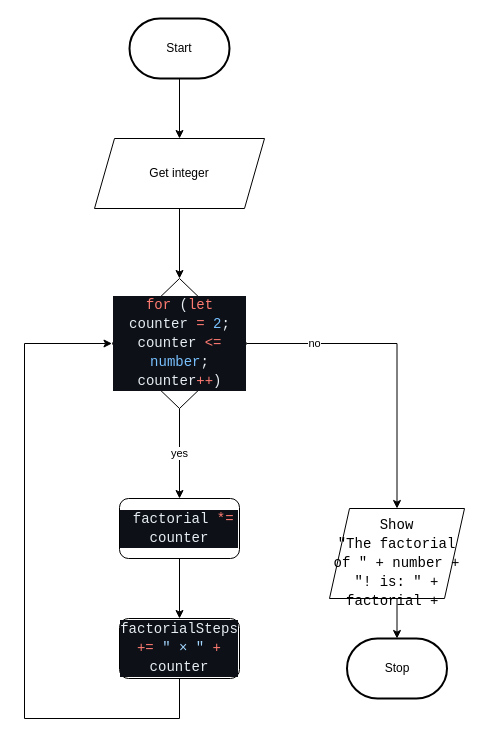
Before: design/flowchart.drawio in MTHS-ICS2O-2-2022/ICS2O-Assignment-05-janet-do, a draw.io diagram. Source tidied: cells renumbered, new cells numbered last; positions are measured from the earlier drawing's top-left corner, leaving out a move shared by most shapes. Both pictures are drawn from the tidied source at 100%, with x=0, y=0 at pixel (24, 18).
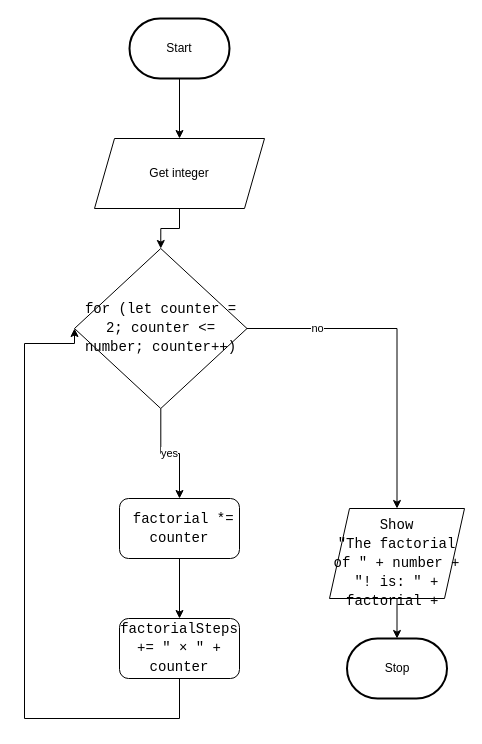
The same page after the edit.

Change to the diagram source:
```diff
@@
 <mxGraphModel>
   <root>
     <mxCell id="0" />
     <mxCell id="1" parent="0" />
     <mxCell id="2" style="edgeStyle=orthogonalEdgeStyle;html=1;rounded=0;" parent="1" edge="1" source="3" target="6">
       <mxGeometry relative="1" as="geometry" />
     </mxCell>
     <mxCell id="3" value="Start" style="strokeWidth=2;html=1;shape=mxgraph.flowchart.terminator;whiteSpace=wrap;" parent="1" vertex="1">
       <mxGeometry x="105" width="100" height="60" as="geometry" />
     </mxCell>
     <mxCell id="4" value="Stop" style="strokeWidth=2;html=1;shape=mxgraph.flowchart.terminator;whiteSpace=wrap;" parent="1" vertex="1">
       <mxGeometry x="322.5" y="620" width="100" height="60" as="geometry" />
     </mxCell>
     <mxCell id="5" style="edgeStyle=orthogonalEdgeStyle;html=1;entryX=0.5;entryY=0;entryDx=0;entryDy=0;fontColor=#000000;rounded=0;" parent="1" edge="1" source="6" target="10">
       <mxGeometry relative="1" as="geometry" />
     </mxCell>
     <mxCell id="6" value="Get integer" style="shape=parallelogram;perimeter=parallelogramPerimeter;whiteSpace=wrap;html=1;fixedSize=1;" parent="1" vertex="1">
       <mxGeometry x="70" y="120" width="170" height="70" as="geometry" />
     </mxCell>
     <mxCell id="7" value="yes" style="edgeStyle=orthogonalEdgeStyle;rounded=0;html=1;entryX=0.5;entryY=0;entryDx=0;entryDy=0;fontColor=#000000;" parent="1" edge="1" source="10" target="14">
       <mxGeometry relative="1" as="geometry" />
     </mxCell>
     <mxCell id="8" style="edgeStyle=orthogonalEdgeStyle;rounded=0;html=1;entryX=0.5;entryY=0;entryDx=0;entryDy=0;fontColor=#000000;" parent="1" edge="1" source="10" target="12">
       <mxGeometry relative="1" as="geometry" />
     </mxCell>
     <mxCell id="9" value="no" style="edgeLabel;html=1;align=center;verticalAlign=middle;fontColor=#000000;" parent="8" vertex="1">
       <mxGeometry x="-0.58" y="1" relative="1" as="geometry">
         <mxPoint x="1" as="offset" />
       </mxGeometry>
     </mxCell>
-    <mxCell id="10" value="&lt;div style=&quot;font-family: Consolas, &amp;quot;Courier New&amp;quot;, monospace; font-size: 14px; line-height: 19px;&quot;&gt;&lt;div style=&quot;color: rgb(230, 237, 243); background-color: rgb(13, 17, 23); line-height: 19px;&quot;&gt;&lt;span style=&quot;color: #ff7b72;&quot;&gt;for&lt;/span&gt; (&lt;span style=&quot;color: #ff7b72;&quot;&gt;let&lt;/span&gt; counter &lt;span style=&quot;color: #ff7b72;&quot;&gt;=&lt;/span&gt; &lt;span style=&quot;color: #79c0ff;&quot;&gt;2&lt;/span&gt;; counter &lt;span style=&quot;color: #ff7b72;&quot;&gt;&amp;lt;=&lt;/span&gt; &lt;span style=&quot;color: #79c0ff;&quot;&gt;number&lt;/span&gt;; counter&lt;span style=&quot;color: #ff7b72;&quot;&gt;++&lt;/span&gt;)&lt;/div&gt;&lt;/div&gt;" style="rhombus;whiteSpace=wrap;html=1;" parent="1" vertex="1">
-      <mxGeometry x="87.5" y="260" width="135" height="130" as="geometry" />
+    <mxCell id="10" value="&lt;div style=&quot;font-family: Consolas, &amp;quot;Courier New&amp;quot;, monospace; font-size: 14px; line-height: 19px;&quot;&gt;&lt;div style=&quot;line-height: 19px;&quot;&gt;&lt;font color=&quot;#000000&quot;&gt;for (let counter = 2; counter &amp;lt;= number; counter++)&lt;/font&gt;&lt;/div&gt;&lt;/div&gt;" style="rhombus;whiteSpace=wrap;html=1;" parent="1" vertex="1">
+      <mxGeometry x="50" y="230" width="172.5" height="160" as="geometry" />
     </mxCell>
     <mxCell id="11" style="edgeStyle=orthogonalEdgeStyle;rounded=0;html=1;entryX=0.5;entryY=0;entryDx=0;entryDy=0;entryPerimeter=0;fontColor=#000000;" parent="1" edge="1" source="12" target="4">
       <mxGeometry relative="1" as="geometry" />
     </mxCell>
     <mxCell id="12" value="&lt;div style=&quot;font-family: Consolas, &amp;quot;Courier New&amp;quot;, monospace; font-size: 14px; line-height: 19px;&quot;&gt;&lt;div style=&quot;line-height: 19px;&quot;&gt;&lt;br&gt;&lt;/div&gt;&lt;div style=&quot;line-height: 19px;&quot;&gt;Show&lt;/div&gt;&lt;div style=&quot;line-height: 19px;&quot;&gt;&quot;The factorial of &quot; + number + &quot;! is: &quot; + factorial +&amp;nbsp;&lt;/div&gt;&lt;/div&gt;" style="shape=parallelogram;perimeter=parallelogramPerimeter;whiteSpace=wrap;html=1;fixedSize=1;labelBackgroundColor=none;fontColor=#000000;" parent="1" vertex="1">
       <mxGeometry x="305" y="490" width="135" height="90" as="geometry" />
     </mxCell>
     <mxCell id="13" style="edgeStyle=orthogonalEdgeStyle;rounded=0;html=1;entryX=0.5;entryY=0;entryDx=0;entryDy=0;fontColor=#000000;" parent="1" edge="1" source="14" target="16">
       <mxGeometry relative="1" as="geometry" />
     </mxCell>
-    <mxCell id="14" value="&lt;div style=&quot;font-family: Consolas, &amp;quot;Courier New&amp;quot;, monospace; font-size: 14px;&quot;&gt;&lt;div style=&quot;color: rgb(230, 237, 243); background-color: rgb(13, 17, 23); line-height: 19px;&quot;&gt;&amp;nbsp;factorial &lt;span style=&quot;color: #ff7b72;&quot;&gt;*=&lt;/span&gt; counter&lt;/div&gt;&lt;/div&gt;" style="rounded=1;whiteSpace=wrap;html=1;labelBackgroundColor=none;fontColor=#000000;" parent="1" vertex="1">
+    <mxCell id="14" value="&lt;div style=&quot;font-family: Consolas, &amp;quot;Courier New&amp;quot;, monospace; font-size: 14px;&quot;&gt;&lt;div style=&quot;line-height: 19px;&quot;&gt;&amp;nbsp;factorial *= counter&lt;/div&gt;&lt;/div&gt;" style="rounded=1;whiteSpace=wrap;html=1;labelBackgroundColor=none;fontColor=#000000;" parent="1" vertex="1">
       <mxGeometry x="95" y="480" width="120" height="60" as="geometry" />
     </mxCell>
     <mxCell id="15" style="edgeStyle=orthogonalEdgeStyle;rounded=0;html=1;entryX=0;entryY=0.5;entryDx=0;entryDy=0;fontColor=#000000;" parent="1" edge="1" source="16" target="10">
       <mxGeometry relative="1" as="geometry">
         <Array as="points">
           <mxPoint x="155" y="700" />
           <mxPoint y="700" />
           <mxPoint y="325" />
         </Array>
       </mxGeometry>
     </mxCell>
-    <mxCell id="16" value="&lt;div style=&quot;color: rgb(230, 237, 243); background-color: rgb(13, 17, 23); font-family: Consolas, &amp;quot;Courier New&amp;quot;, monospace; font-size: 14px; line-height: 19px;&quot;&gt;factorialSteps &lt;span style=&quot;color: #ff7b72;&quot;&gt;+=&lt;/span&gt; &lt;span style=&quot;color: #a5d6ff;&quot;&gt;&quot; × &quot;&lt;/span&gt; &lt;span style=&quot;color: #ff7b72;&quot;&gt;+&lt;/span&gt; counter&lt;/div&gt;" style="rounded=1;whiteSpace=wrap;html=1;labelBackgroundColor=none;fontColor=#000000;" parent="1" vertex="1">
+    <mxCell id="16" value="&lt;div style=&quot;font-family: Consolas, &amp;quot;Courier New&amp;quot;, monospace; font-size: 14px; line-height: 19px;&quot;&gt;factorialSteps += &quot; × &quot; + counter&lt;/div&gt;" style="rounded=1;whiteSpace=wrap;html=1;labelBackgroundColor=none;fontColor=#000000;" parent="1" vertex="1">
       <mxGeometry x="95" y="600" width="120" height="60" as="geometry" />
     </mxCell>
   </root>
 </mxGraphModel>
```
